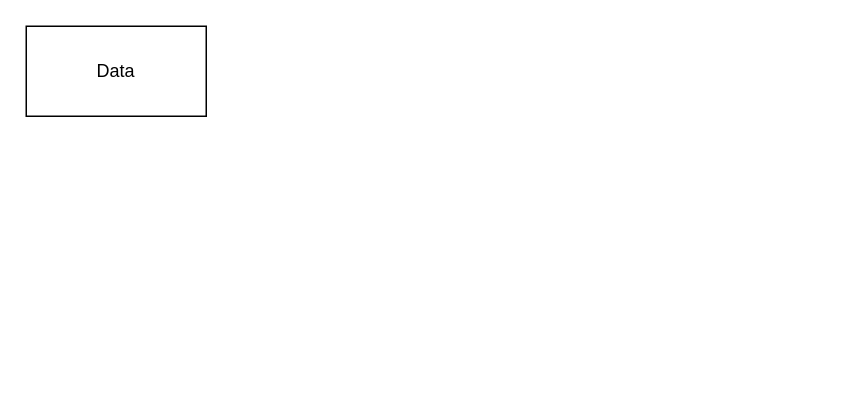
Earlier version of the draw.io diagram ML_draw.drawio (LiberoBiagi/ML_Nova_IMS_25-26). Source tidied: cells renumbered, new cells numbered last; positions are measured from the earlier drawing's top-left corner, leaving out a move shared by most shapes. Both pictures are drawn from the tidied source at 150%, with x=0, y=0 at pixel (26, 26).
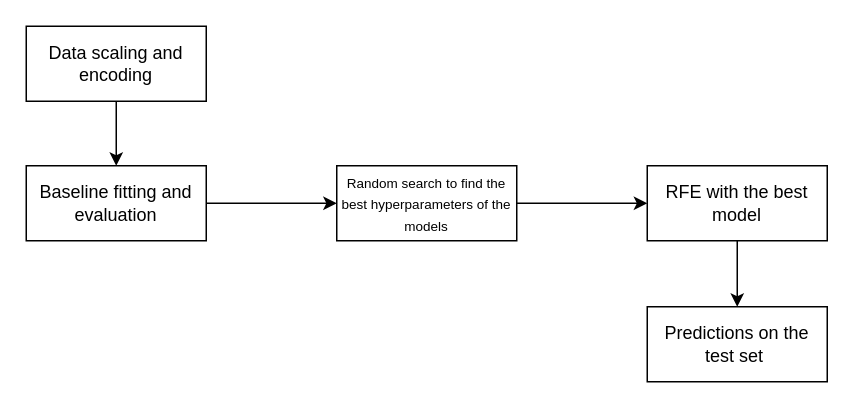
The same diagram, later.

The edit, as a diff of the source:
```diff
@@
 <mxGraphModel>
   <root>
     <mxCell id="0" />
     <mxCell id="1" parent="0" />
-    <mxCell id="2" value="Data" style="rounded=0;whiteSpace=wrap;html=1;" parent="1" vertex="1">
-      <mxGeometry width="120" height="60" as="geometry" />
+    <mxCell id="2" value="Data scaling and encoding" style="rounded=0;whiteSpace=wrap;html=1;" parent="1" vertex="1">
+      <mxGeometry width="120" height="50" as="geometry" />
     </mxCell>
+    <mxCell id="3" style="endArrow=classic;html=1;rounded=0;exitX=0.5;exitY=1;exitDx=0;exitDy=0;entryX=0.5;entryY=0;entryDx=0;entryDy=0;" parent="1" edge="1" source="2" target="5">
+      <mxGeometry relative="1" as="geometry" />
+    </mxCell>
+    <mxCell id="4" style="edgeStyle=orthogonalEdgeStyle;rounded=0;jettySize=auto;html=1;" parent="1" edge="1" source="5" target="7">
+      <mxGeometry relative="1" as="geometry" />
+    </mxCell>
+    <mxCell id="5" value="Baseline fitting and evaluation" style="rounded=0;whiteSpace=wrap;html=1;" parent="1" vertex="1">
+      <mxGeometry y="93" width="120" height="50" as="geometry" />
+    </mxCell>
+    <mxCell id="6" style="edgeStyle=orthogonalEdgeStyle;rounded=0;jettySize=auto;html=1;" parent="1" edge="1" source="7" target="9">
+      <mxGeometry relative="1" as="geometry" />
+    </mxCell>
+    <mxCell id="7" value="&lt;font style=&quot;font-size: 9px;&quot;&gt;Random search to find the best hyperparameters of the models&lt;/font&gt;" style="whiteSpace=wrap;html=1;rounded=0;" parent="1" vertex="1">
+      <mxGeometry x="207" y="93" width="120" height="50" as="geometry" />
+    </mxCell>
+    <mxCell id="8" style="edgeStyle=orthogonalEdgeStyle;rounded=0;jettySize=auto;html=1;" parent="1" edge="1" source="9" target="10">
+      <mxGeometry relative="1" as="geometry" />
+    </mxCell>
+    <mxCell id="9" value="RFE with the best model" style="whiteSpace=wrap;html=1;rounded=0;" parent="1" vertex="1">
+      <mxGeometry x="414" y="93" width="120" height="50" as="geometry" />
+    </mxCell>
+    <mxCell id="10" value="Predictions on the test set&lt;span style=&quot;background-color: transparent; color: light-dark(rgb(0, 0, 0), rgb(255, 255, 255));&quot;&gt;&amp;nbsp;&lt;/span&gt;" style="whiteSpace=wrap;html=1;rounded=0;" parent="1" vertex="1">
+      <mxGeometry x="414" y="187" width="120" height="50" as="geometry" />
+    </mxCell>
   </root>
 </mxGraphModel>
```
